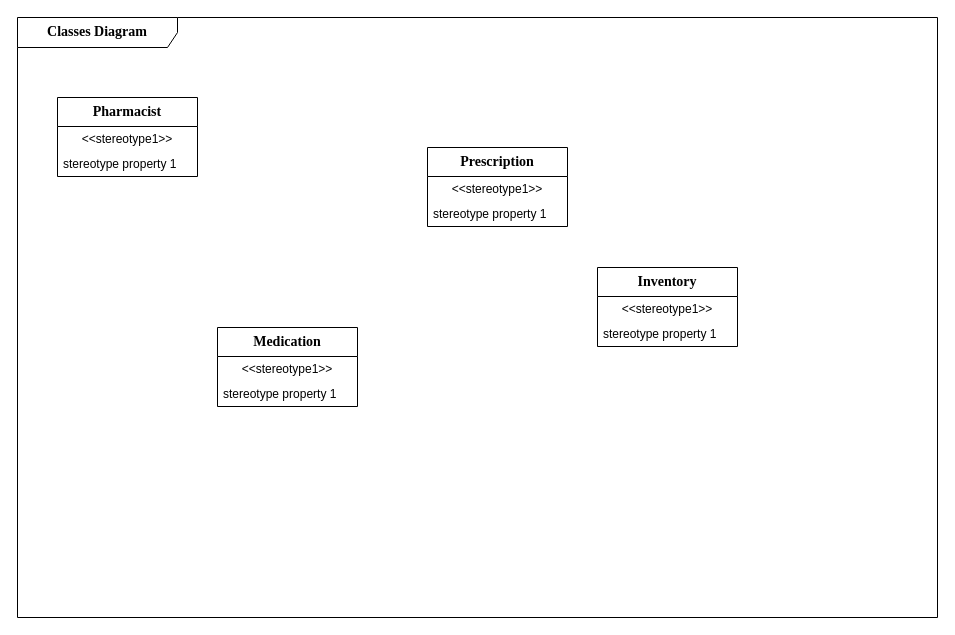
FOMOKN/Software-Engineering keeps this draw.io diagram as Class Diagram.drawio. Above is the earlier version. Source tidied: cells renumbered, new cells numbered last; positions are measured from the earlier drawing's top-left corner, leaving out a move shared by most shapes. Both pictures are drawn from the tidied source at 100%, with x=0, y=0 at pixel (17, 17).
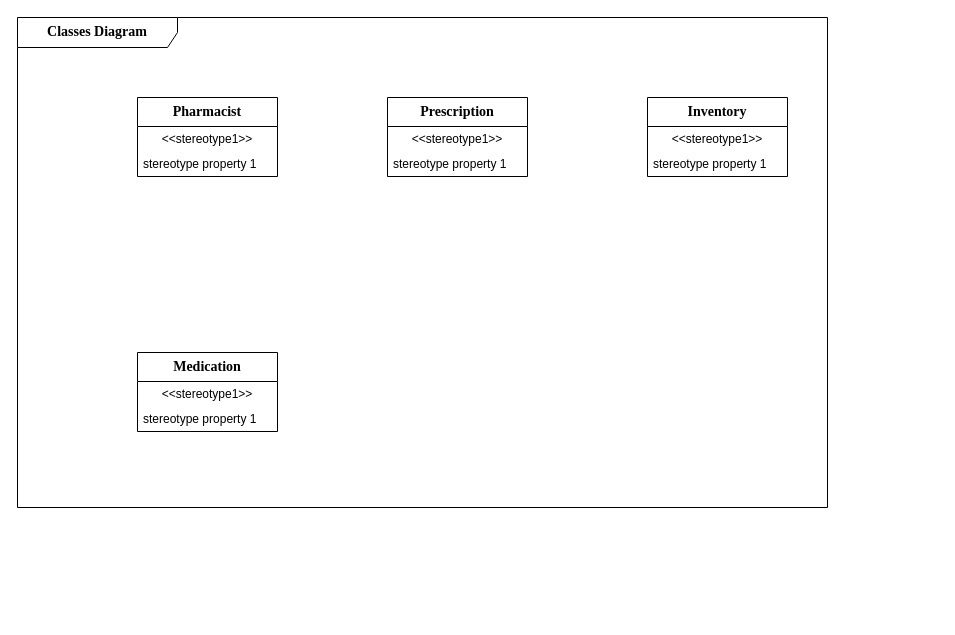
The same page after the edit.

Change to the diagram source:
```diff
@@
 <mxGraphModel>
   <root>
     <mxCell id="0" />
     <mxCell id="1" parent="0" />
     <mxCell id="2" value="&lt;font style=&quot;font-size: 14px;&quot; face=&quot;Times New Roman&quot;&gt;&lt;b&gt;Classes Diagram&lt;/b&gt;&lt;/font&gt;" style="shape=umlFrame;whiteSpace=wrap;html=1;width=160;" parent="1" vertex="1">
-      <mxGeometry width="920" height="600" as="geometry" />
+      <mxGeometry width="810" height="490" as="geometry" />
     </mxCell>
     <mxCell id="3" value="Pharmacist" style="swimlane;fontStyle=1;align=center;verticalAlign=middle;horizontal=1;startSize=29;html=1;whiteSpace=wrap;fontFamily=Times New Roman;fontSize=14;" parent="2" vertex="1">
-      <mxGeometry x="40" y="80" width="140" height="79" as="geometry" />
+      <mxGeometry x="120" y="80" width="140" height="79" as="geometry" />
     </mxCell>
     <mxCell id="4" value="&amp;lt;&amp;lt;stereotype1&amp;gt;&amp;gt;" style="text;html=1;strokeColor=none;fillColor=none;align=center;verticalAlign=middle;spacingLeft=4;spacingRight=4;overflow=hidden;whiteSpace=wrap;" parent="3" vertex="1">
       <mxGeometry y="29" width="140" height="25" as="geometry" />
     </mxCell>
     <mxCell id="5" value="stereotype property 1" style="text;html=1;strokeColor=none;fillColor=none;align=left;verticalAlign=middle;spacingLeft=4;spacingRight=4;overflow=hidden;whiteSpace=wrap;" parent="3" vertex="1">
       <mxGeometry y="54" width="140" height="25" as="geometry" />
     </mxCell>
     <mxCell id="6" value="Medication" style="swimlane;fontStyle=1;align=center;verticalAlign=middle;horizontal=1;startSize=29;html=1;whiteSpace=wrap;fontFamily=Times New Roman;fontSize=14;" parent="2" vertex="1">
-      <mxGeometry x="200" y="310" width="140" height="79" as="geometry" />
+      <mxGeometry x="120" y="335" width="140" height="79" as="geometry" />
     </mxCell>
     <mxCell id="7" value="&amp;lt;&amp;lt;stereotype1&amp;gt;&amp;gt;" style="text;html=1;strokeColor=none;fillColor=none;align=center;verticalAlign=middle;spacingLeft=4;spacingRight=4;overflow=hidden;whiteSpace=wrap;" parent="6" vertex="1">
       <mxGeometry y="29" width="140" height="25" as="geometry" />
     </mxCell>
     <mxCell id="8" value="stereotype property 1" style="text;html=1;strokeColor=none;fillColor=none;align=left;verticalAlign=middle;spacingLeft=4;spacingRight=4;overflow=hidden;whiteSpace=wrap;" parent="6" vertex="1">
       <mxGeometry y="54" width="140" height="25" as="geometry" />
     </mxCell>
-    <mxCell id="9" value="Prescription" style="swimlane;fontStyle=1;align=center;verticalAlign=middle;horizontal=1;startSize=29;html=1;whiteSpace=wrap;fontFamily=Times New Roman;fontSize=14;" parent="1" vertex="1">
-      <mxGeometry x="410" y="130" width="140" height="79" as="geometry" />
+    <mxCell id="9" value="Prescription" style="swimlane;fontStyle=1;align=center;verticalAlign=middle;horizontal=1;startSize=29;html=1;whiteSpace=wrap;fontFamily=Times New Roman;fontSize=14;" parent="2" vertex="1">
+      <mxGeometry x="370" y="80" width="140" height="79" as="geometry" />
     </mxCell>
     <mxCell id="10" value="&amp;lt;&amp;lt;stereotype1&amp;gt;&amp;gt;" style="text;html=1;strokeColor=none;fillColor=none;align=center;verticalAlign=middle;spacingLeft=4;spacingRight=4;overflow=hidden;whiteSpace=wrap;" parent="9" vertex="1">
       <mxGeometry y="29" width="140" height="25" as="geometry" />
     </mxCell>
     <mxCell id="11" value="stereotype property 1" style="text;html=1;strokeColor=none;fillColor=none;align=left;verticalAlign=middle;spacingLeft=4;spacingRight=4;overflow=hidden;whiteSpace=wrap;" parent="9" vertex="1">
       <mxGeometry y="54" width="140" height="25" as="geometry" />
     </mxCell>
-    <mxCell id="12" value="Inventory" style="swimlane;fontStyle=1;align=center;verticalAlign=middle;horizontal=1;startSize=29;html=1;whiteSpace=wrap;fontSize=14;fontFamily=Times New Roman;" parent="1" vertex="1">
-      <mxGeometry x="580" y="250" width="140" height="79" as="geometry" />
+    <mxCell id="12" value="Inventory" style="swimlane;fontStyle=1;align=center;verticalAlign=middle;horizontal=1;startSize=29;html=1;whiteSpace=wrap;fontSize=14;fontFamily=Times New Roman;" parent="2" vertex="1">
+      <mxGeometry x="630" y="80" width="140" height="79" as="geometry" />
     </mxCell>
     <mxCell id="13" value="&amp;lt;&amp;lt;stereotype1&amp;gt;&amp;gt;" style="text;html=1;strokeColor=none;fillColor=none;align=center;verticalAlign=middle;spacingLeft=4;spacingRight=4;overflow=hidden;whiteSpace=wrap;" parent="12" vertex="1">
       <mxGeometry y="29" width="140" height="25" as="geometry" />
     </mxCell>
     <mxCell id="14" value="stereotype property 1" style="text;html=1;strokeColor=none;fillColor=none;align=left;verticalAlign=middle;spacingLeft=4;spacingRight=4;overflow=hidden;whiteSpace=wrap;" parent="12" vertex="1">
       <mxGeometry y="54" width="140" height="25" as="geometry" />
     </mxCell>
   </root>
 </mxGraphModel>
```
